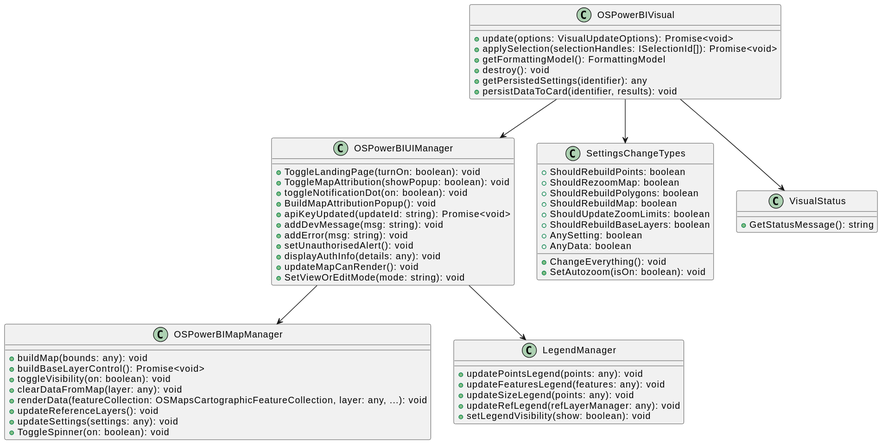
The PlantUML diagram docs/mainvisual.svg in OrdnanceSurvey/os-powerbi-map, before a commit.
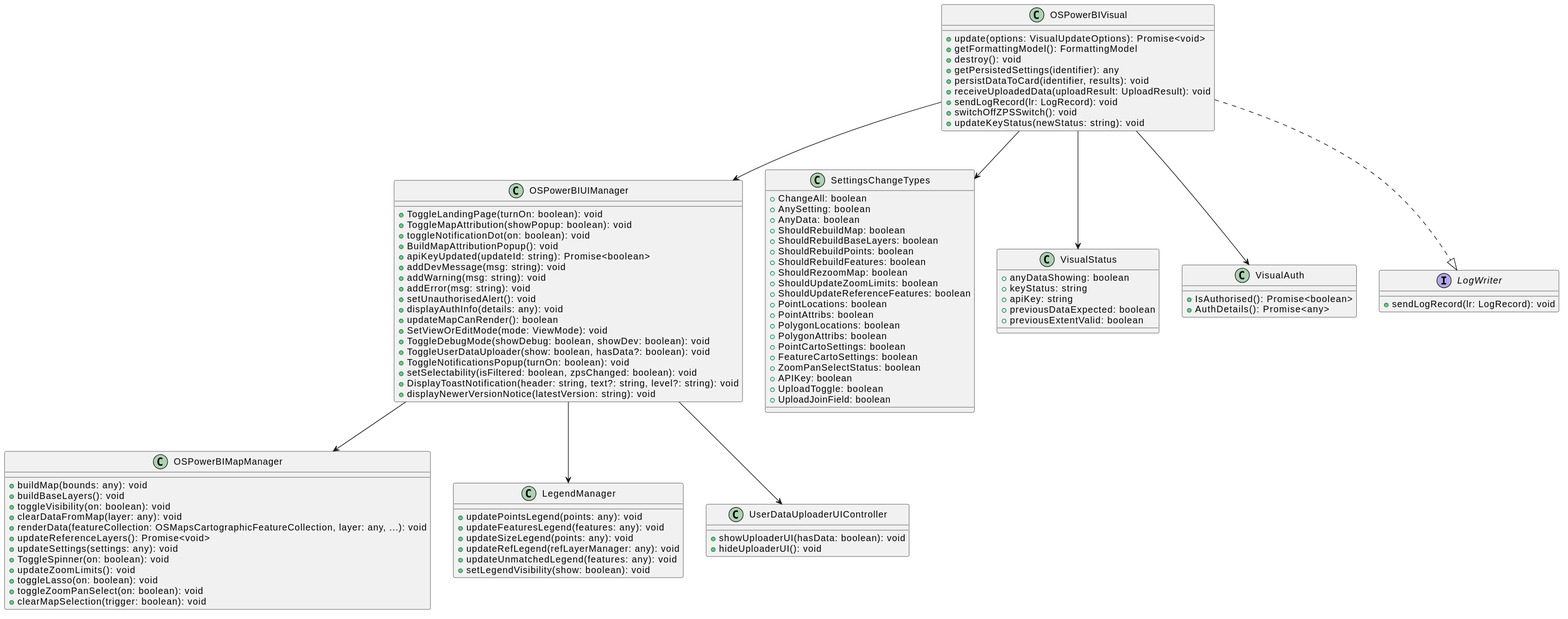
The same file after the commit.

What changed in the source:
```diff
@@ -1,11 +1,14 @@
 @startuml
 class OSPowerBIVisual {
     +update(options: VisualUpdateOptions): Promise<void>
-    +applySelection(selectionHandles: ISelectionId[]): Promise<void>
     +getFormattingModel(): FormattingModel
     +destroy(): void
     +getPersistedSettings(identifier): any
     +persistDataToCard(identifier, results): void
+    +receiveUploadedData(uploadResult: UploadResult): void
+    +sendLogRecord(lr: LogRecord): void
+    +switchOffZPSSwitch(): void
+    +updateKeyStatus(newStatus: string): void
 }
 
 class OSPowerBIUIManager {
@@ -13,24 +16,35 @@
     +ToggleMapAttribution(showPopup: boolean): void
     +toggleNotificationDot(on: boolean): void
     +BuildMapAttributionPopup(): void
-    +apiKeyUpdated(updateId: string): Promise<void>
+    +apiKeyUpdated(updateId: string): Promise<boolean>
     +addDevMessage(msg: string): void
+    +addWarning(msg: string): void
     +addError(msg: string): void
     +setUnauthorisedAlert(): void
     +displayAuthInfo(details: any): void
-    +updateMapCanRender(): void
-    +SetViewOrEditMode(mode: string): void
+    +updateMapCanRender(): boolean
+    +SetViewOrEditMode(mode: ViewMode): void
+    +ToggleDebugMode(showDebug: boolean, showDev: boolean): void
+    +ToggleUserDataUploader(show: boolean, hasData?: boolean): void
+    +ToggleNotificationsPopup(turnOn: boolean): void
+    +setSelectability(isFiltered: boolean, zpsChanged: boolean): void
+    +DisplayToastNotification(header: string, text?: string, level?: string): void
+    +displayNewerVersionNotice(latestVersion: string): void
 }
 
 class OSPowerBIMapManager {
     +buildMap(bounds: any): void
-    +buildBaseLayerControl(): Promise<void>
+    +buildBaseLayers(): void
     +toggleVisibility(on: boolean): void
     +clearDataFromMap(layer: any): void
     +renderData(featureCollection: OSMapsCartographicFeatureCollection, layer: any, ...): void
-    +updateReferenceLayers(): void
+    +updateReferenceLayers(): Promise<void>
     +updateSettings(settings: any): void
     +ToggleSpinner(on: boolean): void
+    +updateZoomLimits(): void
+    +toggleLasso(on: boolean): void
+    +toggleZoomPanSelect(on: boolean): void
+    +clearMapSelection(trigger: boolean): void
 }
 
 class LegendManager {
@@ -38,29 +52,61 @@
     +updateFeaturesLegend(features: any): void
     +updateSizeLegend(points: any): void
     +updateRefLegend(refLayerManager: any): void
+    +updateUnmatchedLegend(features: any): void
     +setLegendVisibility(show: boolean): void
 }
 
 class SettingsChangeTypes {
-    +ChangeEverything(): void
-    +SetAutozoom(isOn: boolean): void
-    +ShouldRebuildPoints: boolean
-    +ShouldRezoomMap: boolean
-    +ShouldRebuildPolygons: boolean
-    +ShouldRebuildMap: boolean
-    +ShouldUpdateZoomLimits: boolean
-    +ShouldRebuildBaseLayers: boolean
+    +ChangeAll: boolean
     +AnySetting: boolean
     +AnyData: boolean
+    +ShouldRebuildMap: boolean
+    +ShouldRebuildBaseLayers: boolean
+    +ShouldRebuildPoints: boolean
+    +ShouldRebuildFeatures: boolean
+    +ShouldRezoomMap: boolean
+    +ShouldUpdateZoomLimits: boolean
+    +ShouldUpdateReferenceFeatures: boolean
+    +PointLocations: boolean
+    +PointAttribs: boolean
+    +PolygonLocations: boolean
+    +PolygonAttribs: boolean
+    +PointCartoSettings: boolean
+    +FeatureCartoSettings: boolean
+    +ZoomPanSelectStatus: boolean
+    +APIKey: boolean
+    +UploadToggle: boolean
+    +UploadJoinField: boolean
 }
 
 class VisualStatus {
-    +GetStatusMessage(): string
+    +anyDataShowing: boolean
+    +keyStatus: string
+    +apiKey: string
+    +previousDataExpected: boolean
+    +previousExtentValid: boolean
+}
+
+class VisualAuth {
+    +IsAuthorised(): Promise<boolean>
+    +AuthDetails(): Promise<any>
+}
+
+interface LogWriter {
+    +sendLogRecord(lr: LogRecord): void
+}
+
+class UserDataUploaderUIController {
+    +showUploaderUI(hasData: boolean): void
+    +hideUploaderUI(): void
 }
 
 OSPowerBIVisual --> OSPowerBIUIManager
 OSPowerBIVisual --> SettingsChangeTypes
 OSPowerBIVisual --> VisualStatus
+OSPowerBIVisual --> VisualAuth
+OSPowerBIVisual ..|> LogWriter
 OSPowerBIUIManager --> OSPowerBIMapManager
 OSPowerBIUIManager --> LegendManager
+OSPowerBIUIManager --> UserDataUploaderUIController
 @enduml
```
